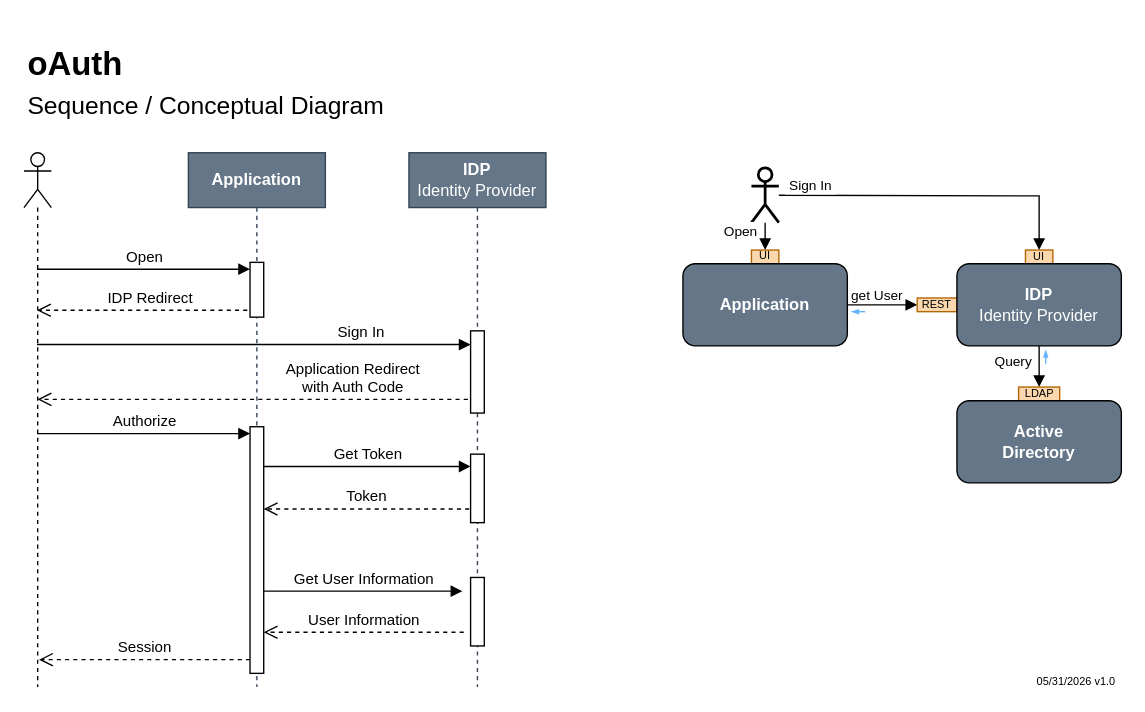
Above: page "oAuth" (3 of 6) of story telling.drawio in Hieronymu5/conceptual (draw.io), before the change. Source tidied: cells renumbered, new cells numbered last; positions are measured from the earlier drawing's top-left corner, leaving out a move shared by most shapes. Both pictures are drawn from the tidied source at 137%, with x=0, y=0 at pixel (23, 44).
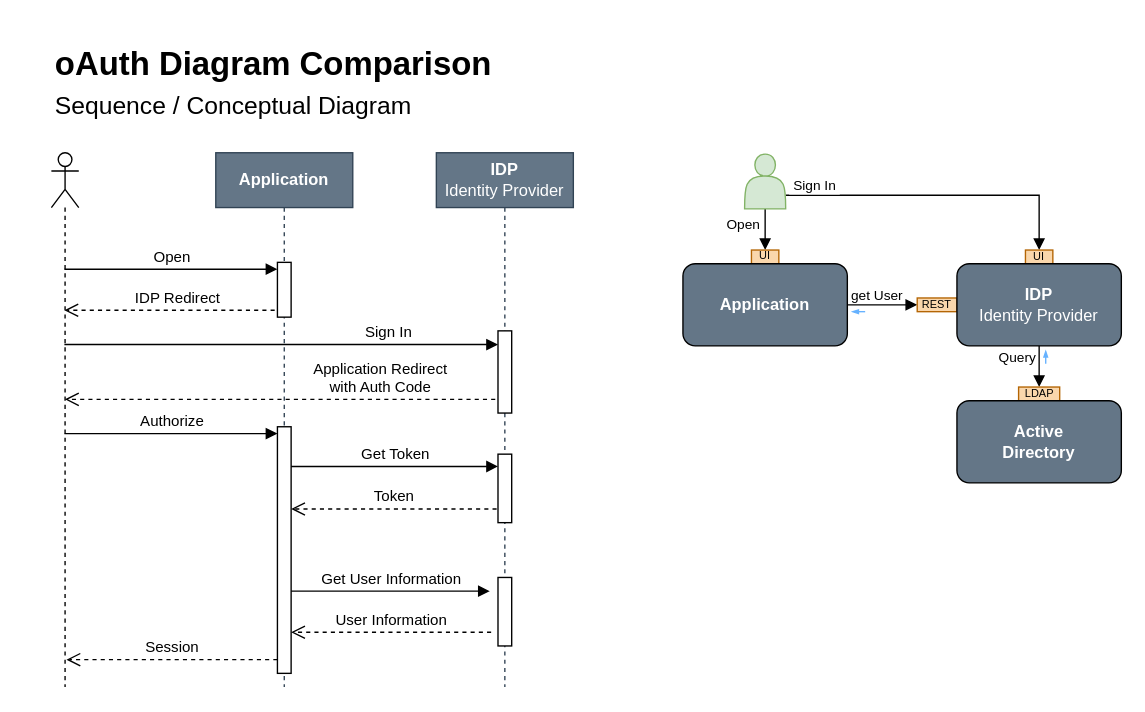
The same diagram, later.

The change refers to these unchanged cells:
```xml
<mxCell id="15" style="html=1;points=[[0,0,0,0,5],[0,1,0,0,-5],[1,0,0,0,5],[1,1,0,0,-5]];perimeter=orthogonalPerimeter;outlineConnect=0;targetShapes=umlLifeline;portConstraint=eastwest;newEdgeStyle={&quot;curved&quot;:0,&quot;rounded&quot;:0};" parent="13" vertex="1">
  <mxGeometry x="45" y="200" width="10" height="180" as="geometry" />
</mxCell>
<mxCell id="17" style="html=1;points=[[0,0,0,0,5],[0,1,0,0,-5],[1,0,0,0,5],[1,1,0,0,-5]];perimeter=orthogonalPerimeter;outlineConnect=0;targetShapes=umlLifeline;portConstraint=eastwest;newEdgeStyle={&quot;curved&quot;:0,&quot;rounded&quot;:0};" parent="16" vertex="1">
  <mxGeometry x="45" y="130" width="10" height="60" as="geometry" />
</mxCell>
<mxCell id="27" style="endArrow=block;html=1;rounded=0;entryX=0.5;entryY=0;entryDx=0;entryDy=0;endFill=1;exitX=0.5;exitY=1;exitDx=0;exitDy=0;" parent="1" edge="1" source="38" target="30">
  <mxGeometry relative="1" as="geometry" />
</mxCell>
<mxCell id="32" style="rounded=0;whiteSpace=wrap;html=1;fillColor=#fad7ac;strokeColor=#b46504;" parent="1" vertex="1">
  <mxGeometry x="731" y="150" width="20" height="10" as="geometry" />
</mxCell>
<mxCell id="33" style="rounded=0;whiteSpace=wrap;html=1;fillColor=#fad7ac;strokeColor=#b46504;" parent="1" vertex="1">
  <mxGeometry x="531" y="150" width="20" height="10" as="geometry" />
</mxCell>
```

Diff of the diagram source:
```diff
@@
-    <mxCell id="2" style="shape=umlActor;verticalLabelPosition=bottom;verticalAlign=top;html=1;strokeWidth=2;shadow=0;" parent="1" vertex="1">
-      <mxGeometry x="531" y="90" width="20" height="40" as="geometry" />
-    </mxCell>
-    <mxCell id="3" style="endArrow=block;html=1;rounded=0;entryX=0.5;entryY=0;entryDx=0;entryDy=0;endFill=1;" parent="1" edge="1" source="2" target="33">
-      <mxGeometry relative="1" as="geometry" />
+    <mxCell id="3" style="endArrow=block;html=1;rounded=0;entryX=0.5;entryY=0;entryDx=0;entryDy=0;endFill=1;" parent="1" edge="1" target="33">
+      <mxGeometry relative="1" as="geometry">
+        <mxPoint x="541" y="119" as="sourcePoint" />
+      </mxGeometry>
     </mxCell>
     <mxCell id="4" value="&lt;font style=&quot;font-size: 10px;&quot;&gt;Open&lt;/font&gt;" style="edgeLabel;html=1;align=center;verticalAlign=middle;" parent="3" vertex="1">
       <mxGeometry x="-0.43" relative="1" as="geometry">
-        <mxPoint x="-19" y="-1" as="offset" />
+        <mxPoint x="-17" y="2" as="offset" />
       </mxGeometry>
     </mxCell>
@@
     <mxCell id="7" value="Sign In" style="html=1;verticalAlign=bottom;endArrow=block;curved=0;rounded=0;" parent="1" edge="1" source="12" target="17">
       <mxGeometry x="0.49" relative="1" as="geometry">
         <Array as="points">
-          <mxPoint x="161" y="219" />
+          <mxPoint x="181" y="219" />
         </Array>
       </mxGeometry>
     </mxCell>
     <mxCell id="8" value="Application Redirect&lt;br&gt;with Auth Code" style="html=1;verticalAlign=bottom;endArrow=open;dashed=1;endSize=8;curved=0;rounded=0;exitX=1;exitY=1;exitDx=0;exitDy=-5;" parent="1" edge="1">
       <mxGeometry x="-0.44" relative="1" as="geometry">
-        <mxPoint x="330" y="259" as="sourcePoint" />
-        <mxPoint x="9.9" y="259" as="targetPoint" />
+        <mxPoint x="350" y="259" as="sourcePoint" />
+        <mxPoint x="29.9" y="259" as="targetPoint" />
       </mxGeometry>
     </mxCell>
@@
     <mxCell id="12" style="shape=umlLifeline;perimeter=lifelinePerimeter;whiteSpace=wrap;html=1;outlineConnect=0;portConstraint=eastwest;newEdgeStyle={&quot;curved&quot;:0,&quot;rounded&quot;:0};participant=umlActor;" parent="1" vertex="1">
-      <mxGeometry y="79" width="20" height="390" as="geometry" />
+      <mxGeometry x="20" y="79" width="20" height="390" as="geometry" />
     </mxCell>
     <mxCell id="13" value="&lt;b&gt;Application&lt;/b&gt;" style="shape=umlLifeline;perimeter=lifelinePerimeter;whiteSpace=wrap;html=1;newEdgeStyle={&quot;curved&quot;:0,&quot;rounded&quot;:0};fillColor=#647687;strokeColor=#314354;fontColor=#ffffff;" parent="1" vertex="1">
-      <mxGeometry x="120" y="79" width="100" height="390" as="geometry" />
+      <mxGeometry x="140" y="79" width="100" height="390" as="geometry" />
     </mxCell>
@@
     <mxCell id="16" value="&lt;b&gt;IDP&lt;/b&gt;&lt;div&gt;Identity Provider&lt;/div&gt;" style="shape=umlLifeline;perimeter=lifelinePerimeter;whiteSpace=wrap;html=1;newEdgeStyle={&quot;curved&quot;:0,&quot;rounded&quot;:0};fillColor=#647687;strokeColor=#314354;fontColor=#ffffff;" parent="1" vertex="1">
-      <mxGeometry x="281" y="79" width="100" height="390" as="geometry" />
+      <mxGeometry x="301" y="79" width="100" height="390" as="geometry" />
     </mxCell>
@@
     <mxCell id="19" value="Get Token" style="html=1;verticalAlign=bottom;endArrow=block;curved=0;rounded=0;" parent="1" edge="1" source="15">
       <mxGeometry relative="1" as="geometry">
-        <mxPoint x="326" y="308" as="targetPoint" />
+        <mxPoint x="346" y="308" as="targetPoint" />
       </mxGeometry>
     </mxCell>
     <mxCell id="20" value="Token" style="html=1;verticalAlign=bottom;endArrow=open;dashed=1;endSize=8;curved=0;rounded=0;exitX=0;exitY=1;exitDx=0;exitDy=-5;exitPerimeter=0;" parent="1" edge="1" target="15">
       <mxGeometry relative="1" as="geometry">
-        <mxPoint x="325" y="339" as="sourcePoint" />
+        <mxPoint x="345" y="339" as="sourcePoint" />
       </mxGeometry>
     </mxCell>
     <mxCell id="21" value="Session" style="html=1;verticalAlign=bottom;endArrow=open;dashed=1;endSize=8;curved=0;rounded=0;" parent="1" edge="1" source="15">
       <mxGeometry relative="1" as="geometry">
-        <mxPoint x="11" y="449" as="targetPoint" />
+        <mxPoint x="31" y="449" as="targetPoint" />
         <Array as="points">
-          <mxPoint x="82.1" y="449" />
+          <mxPoint x="102.1" y="449" />
         </Array>
       </mxGeometry>
     </mxCell>
-    <mxCell id="22" style="edgeStyle=orthogonalEdgeStyle;rounded=0;jettySize=auto;html=1;endArrow=block;endFill=1;entryX=0.5;entryY=0;entryDx=0;entryDy=0;" parent="1" edge="1" target="32">
-      <mxGeometry relative="1" as="geometry">
-        <mxPoint x="551" y="110" as="sourcePoint" />
-      </mxGeometry>
+    <mxCell id="22" style="edgeStyle=orthogonalEdgeStyle;rounded=0;jettySize=auto;html=1;endArrow=block;endFill=1;entryX=0.5;entryY=0;entryDx=0;entryDy=0;exitX=1;exitY=0.75;exitDx=0;exitDy=0;" parent="1" edge="1" source="46" target="32">
+      <mxGeometry relative="1" as="geometry" />
     </mxCell>
@@
     <mxCell id="24" style="html=1;perimeter=orthogonalPerimeter;targetShapes=umlLifeline;newEdgeStyle={&quot;curved&quot;:0,&quot;rounded&quot;:0};" parent="1" vertex="1">
-      <mxGeometry x="326" y="389" width="10" height="50" as="geometry" />
+      <mxGeometry x="346" y="389" width="10" height="50" as="geometry" />
     </mxCell>
     <mxCell id="25" value="Get User Information" style="html=1;verticalAlign=bottom;endArrow=block;curved=0;rounded=0;" parent="1" edge="1" source="15">
       <mxGeometry relative="1" as="geometry">
-        <mxPoint x="320" y="399" as="targetPoint" />
+        <mxPoint x="340" y="399" as="targetPoint" />
       </mxGeometry>
     </mxCell>
     <mxCell id="26" value="User Information" style="html=1;verticalAlign=bottom;endArrow=open;dashed=1;endSize=8;curved=0;rounded=0;exitX=0;exitY=1;exitDx=0;exitDy=-5;exitPerimeter=0;" parent="1" edge="1" target="15">
       <mxGeometry relative="1" as="geometry">
-        <mxPoint x="321" y="429" as="sourcePoint" />
+        <mxPoint x="341" y="429" as="sourcePoint" />
       </mxGeometry>
     </mxCell>
@@
     <mxCell id="28" value="&lt;font style=&quot;font-size: 10px;&quot;&gt;Query&lt;/font&gt;" style="edgeLabel;html=1;align=center;verticalAlign=middle;" parent="27" vertex="1">
       <mxGeometry x="-0.09" relative="1" as="geometry">
-        <mxPoint x="-20" y="-4" as="offset" />
+        <mxPoint x="-17" y="-7" as="offset" />
       </mxGeometry>
     </mxCell>
@@
-    <mxCell id="43" value="&lt;h1&gt;oAuth&lt;/h1&gt;" style="text;html=1;whiteSpace=wrap;strokeColor=none;fillColor=none;align=left;verticalAlign=middle;rounded=0;" parent="1" vertex="1">
-      <mxGeometry x="1" width="140" height="30" as="geometry" />
+    <mxCell id="43" value="&lt;h1&gt;oAuth Diagram Comparison&lt;/h1&gt;" style="text;html=1;whiteSpace=wrap;strokeColor=none;fillColor=none;align=left;verticalAlign=middle;rounded=0;" parent="1" vertex="1">
+      <mxGeometry x="21" width="340" height="30" as="geometry" />
     </mxCell>
     <mxCell id="44" value="&lt;h2&gt;&lt;span style=&quot;font-weight: normal;&quot;&gt;Sequence / Conceptual Diagram&lt;/span&gt;&lt;/h2&gt;" style="text;html=1;whiteSpace=wrap;strokeColor=none;fillColor=none;align=left;verticalAlign=middle;rounded=0;" parent="1" vertex="1">
-      <mxGeometry x="1" y="30" width="270" height="30" as="geometry" />
+      <mxGeometry x="21" y="30" width="270" height="30" as="geometry" />
     </mxCell>
-    <mxCell id="45" value="05/31/2026 v1.0" style="text;html=1;whiteSpace=wrap;strokeColor=none;fillColor=none;align=right;verticalAlign=middle;rounded=0;fontSize=8;" parent="1" vertex="1">
-      <mxGeometry x="729" y="460" width="70" height="10" as="geometry" />
-    </mxCell>
+    <mxCell id="46" style="shape=actor;whiteSpace=wrap;html=1;fillColor=#d5e8d4;strokeColor=#82b366;" parent="1" vertex="1">
+      <mxGeometry x="526" y="80" width="30" height="40" as="geometry" />
+    </mxCell>
```
